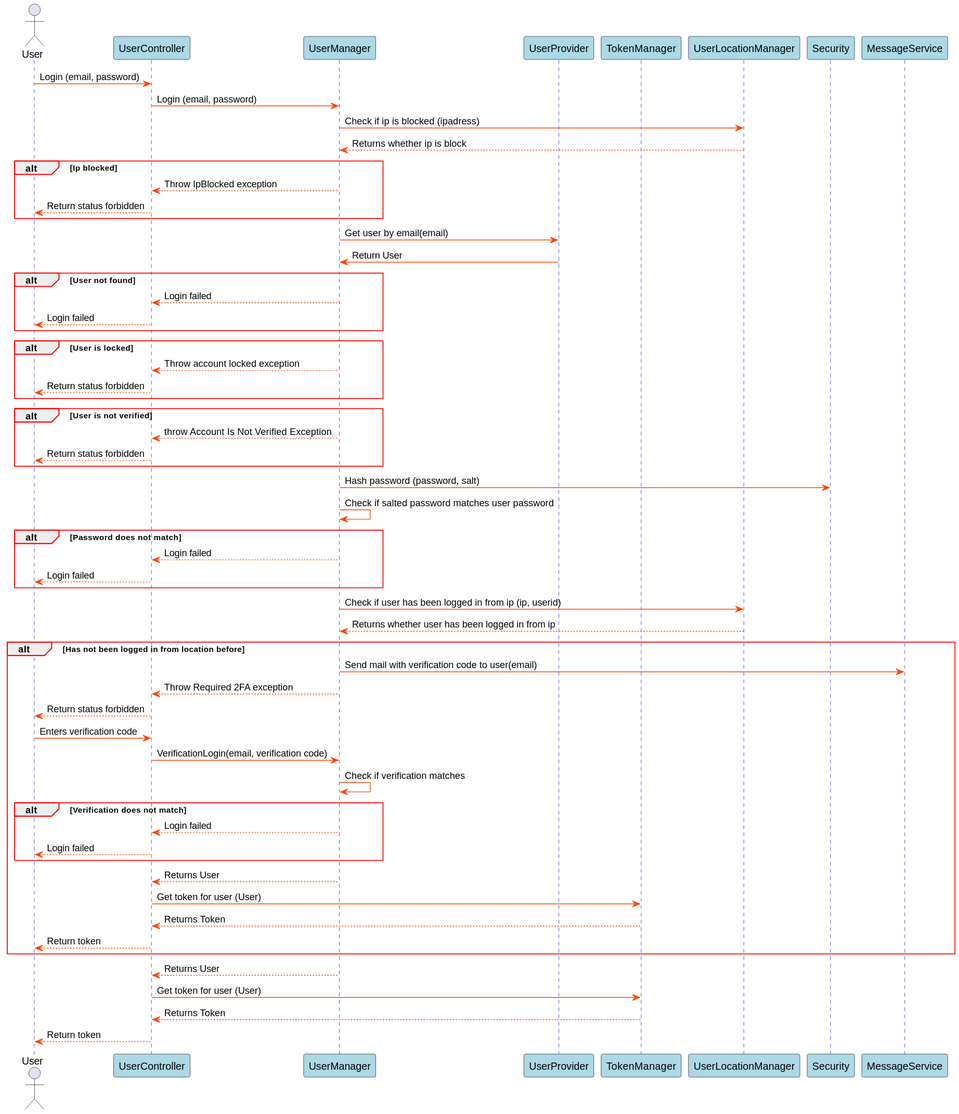
The PlantUML diagram Docs/out/SDDiagrams/LoginSD/Login SD.svg in blackout1471/trust-us-school, before a commit.
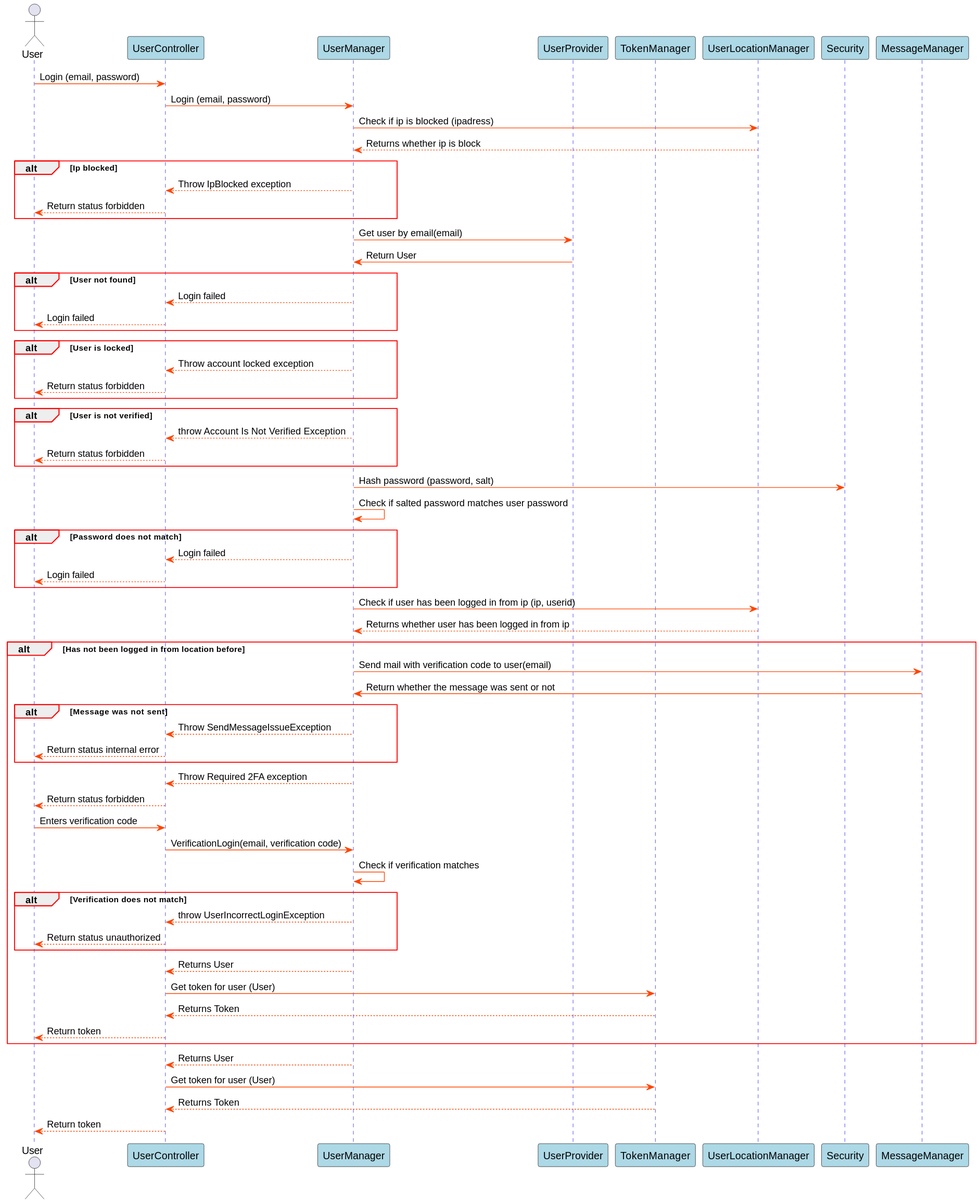
After the change.

Diff of the diagram source:
```diff
@@ -70,7 +70,13 @@
 
 alt Has not been logged in from location before
 
-UserManager->MessageService: Send mail with verification code to user(email)
+UserManager->MessageManager: Send mail with verification code to user(email)
+MessageManager->UserManager: Return whether the message was sent or not
+alt Message was not sent
+
+UserManager --> UserController: Throw SendMessageIssueException
+UserController --> User: Return status internal error
+end
 UserManager-->UserController: Throw Required 2FA exception
 UserController-->User: Return status forbidden
 User->UserController: Enters verification code
@@ -78,8 +84,8 @@
 UserManager->UserManager: Check if verification matches
 alt Verification does not match
 
-UserManager-->UserController: Login failed
-UserController-->User: Login failed
+UserManager-->UserController: throw UserIncorrectLoginException
+UserController-->User: Return status unauthorized
 
 end
 UserManager-->UserController: Returns User
```
